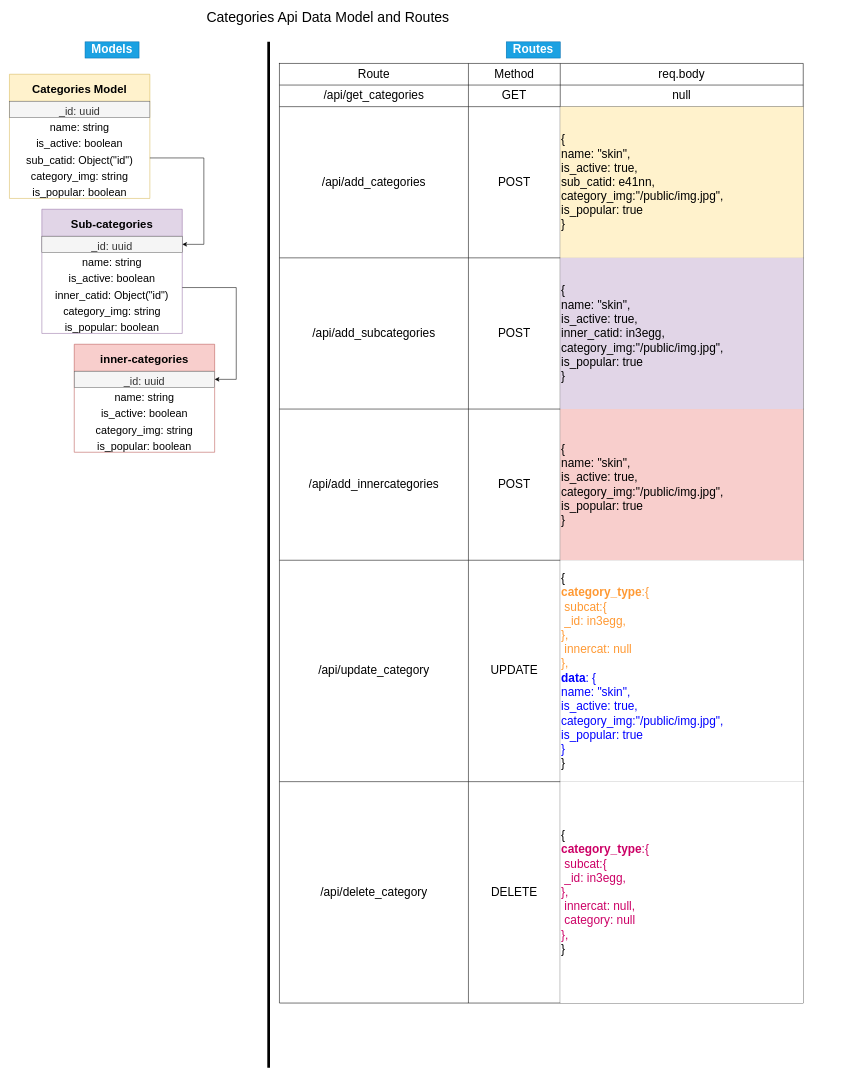
This is page "Page-1" (1 of 2) of beauty_dataplan.drawio from dakshya-nabin/dakshya-nabin, a draw.io file, before an edit. Source tidied: cells renumbered, new cells numbered last; positions are measured from the earlier drawing's top-left corner, leaving out a move shared by most shapes. Both pictures are drawn from the tidied source at 54%, with x=0, y=0 at pixel (9, 9).
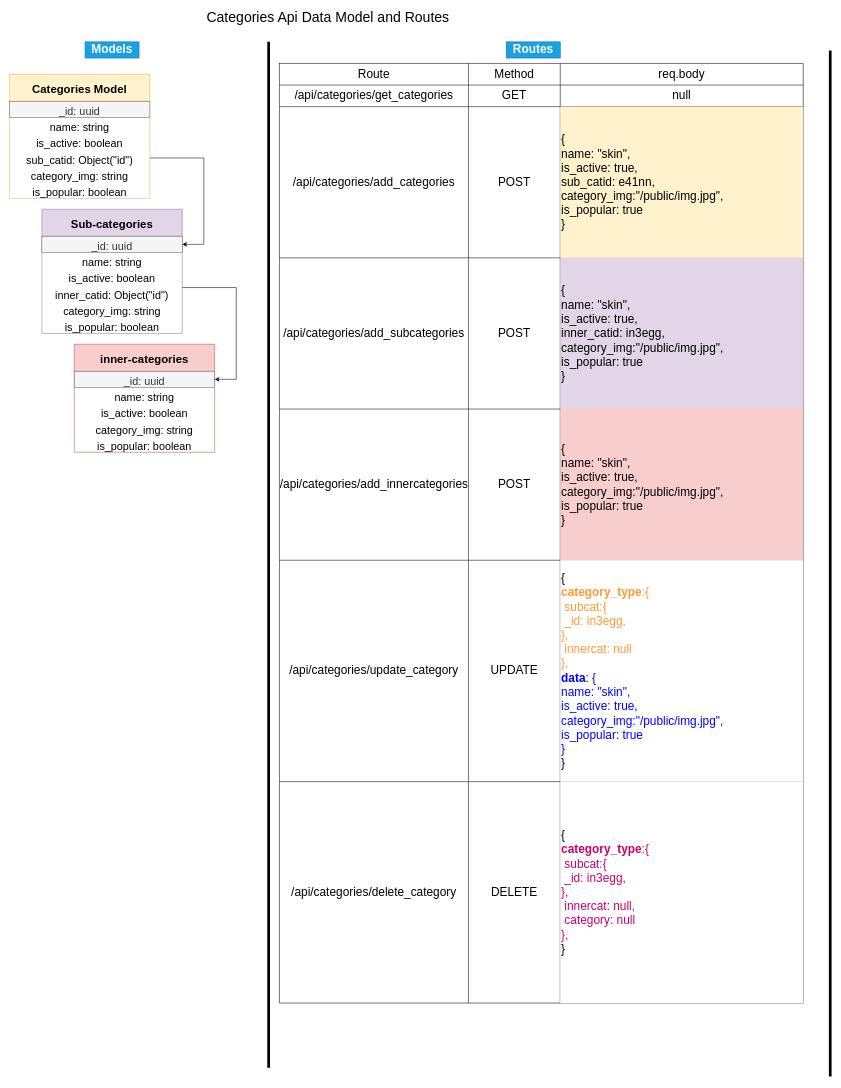
The same page after the edit.

Unchanged cells that the change refers to:
```xml
<mxCell id="33" style="shape=partialRectangle;fillColor=none;top=0;left=0;bottom=0;right=0;fontSize=22;align=center;" parent="28" vertex="1">
  <mxGeometry y="40" width="970" height="40" as="geometry" />
</mxCell>
<mxCell id="37" style="shape=partialRectangle;fillColor=none;top=0;left=0;bottom=0;right=0;fontSize=22;align=center;" parent="28" vertex="1">
  <mxGeometry y="80" width="970" height="280" as="geometry" />
</mxCell>
<mxCell id="41" style="shape=partialRectangle;fillColor=none;top=0;left=0;bottom=0;right=0;fontSize=22;align=center;" parent="28" vertex="1">
  <mxGeometry y="360" width="970" height="280" as="geometry" />
</mxCell>
<mxCell id="45" style="shape=partialRectangle;fillColor=none;top=0;left=0;bottom=0;right=0;fontSize=22;align=center;" parent="28" vertex="1">
  <mxGeometry y="640" width="970" height="280" as="geometry" />
</mxCell>
<mxCell id="49" style="shape=partialRectangle;fillColor=none;top=0;left=0;bottom=0;right=0;fontSize=22;align=center;" parent="28" vertex="1">
  <mxGeometry y="920" width="970" height="410" as="geometry" />
</mxCell>
<mxCell id="53" style="shape=partialRectangle;fillColor=none;top=0;left=0;bottom=0;right=0;fontSize=22;align=center;" parent="28" vertex="1">
  <mxGeometry y="1330" width="970" height="410" as="geometry" />
</mxCell>
```

Diff of the diagram source:
```diff
@@
-    <mxCell id="34" value="/api/get_categories" style="shape=partialRectangle;html=1;whiteSpace=wrap;overflow=hidden;fillColor=none;top=0;left=0;bottom=0;right=0;fontSize=22;align=center;" parent="33" vertex="1">
+    <mxCell id="34" value="/api/categories/get_categories" style="shape=partialRectangle;html=1;whiteSpace=wrap;overflow=hidden;fillColor=none;top=0;left=0;bottom=0;right=0;fontSize=22;align=center;" parent="33" vertex="1">
       <mxGeometry width="350" height="40" as="geometry" />
     </mxCell>
@@
-    <mxCell id="38" value="/api/add_categories" style="shape=partialRectangle;html=1;whiteSpace=wrap;overflow=hidden;fillColor=none;top=0;left=0;bottom=0;right=0;fontSize=22;align=center;" parent="37" vertex="1">
+    <mxCell id="38" value="/api/categories/add_categories" style="shape=partialRectangle;html=1;whiteSpace=wrap;overflow=hidden;fillColor=none;top=0;left=0;bottom=0;right=0;fontSize=22;align=center;" parent="37" vertex="1">
       <mxGeometry width="350" height="280" as="geometry" />
     </mxCell>
@@
-    <mxCell id="42" value="/api/add_subcategories" style="shape=partialRectangle;html=1;whiteSpace=wrap;overflow=hidden;fillColor=none;top=0;left=0;bottom=0;right=0;fontSize=22;align=center;" parent="41" vertex="1">
+    <mxCell id="42" value="/api/categories/add_subcategories" style="shape=partialRectangle;html=1;whiteSpace=wrap;overflow=hidden;fillColor=none;top=0;left=0;bottom=0;right=0;fontSize=22;align=center;" parent="41" vertex="1">
       <mxGeometry width="350" height="280" as="geometry" />
     </mxCell>
@@
-    <mxCell id="46" value="/api/add_innercategories" style="shape=partialRectangle;html=1;whiteSpace=wrap;overflow=hidden;fillColor=none;top=0;left=0;bottom=0;right=0;fontSize=22;align=center;" parent="45" vertex="1">
+    <mxCell id="46" value="/api/categories/add_innercategories" style="shape=partialRectangle;html=1;whiteSpace=wrap;overflow=hidden;fillColor=none;top=0;left=0;bottom=0;right=0;fontSize=22;align=center;" parent="45" vertex="1">
       <mxGeometry width="350" height="280" as="geometry" />
     </mxCell>
@@
-    <mxCell id="50" value="/api/update_category" style="shape=partialRectangle;html=1;whiteSpace=wrap;overflow=hidden;fillColor=none;top=0;left=0;bottom=0;right=0;fontSize=22;align=center;" parent="49" vertex="1">
+    <mxCell id="50" value="/api/categories/update_category" style="shape=partialRectangle;html=1;whiteSpace=wrap;overflow=hidden;fillColor=none;top=0;left=0;bottom=0;right=0;fontSize=22;align=center;" parent="49" vertex="1">
       <mxGeometry width="350" height="410" as="geometry" />
     </mxCell>
@@
-    <mxCell id="54" value="/api/delete_category" style="shape=partialRectangle;html=1;whiteSpace=wrap;overflow=hidden;fillColor=none;top=0;left=0;bottom=0;right=0;fontSize=22;align=center;" parent="53" vertex="1">
+    <mxCell id="54" value="/api/categories/delete_category" style="shape=partialRectangle;html=1;whiteSpace=wrap;overflow=hidden;fillColor=none;top=0;left=0;bottom=0;right=0;fontSize=22;align=center;" parent="53" vertex="1">
       <mxGeometry width="350" height="410" as="geometry" />
     </mxCell>
@@
+    <mxCell id="57" style="endArrow=none;html=1;rounded=0;fontSize=20;strokeWidth=5;" parent="1" edge="1">
+      <mxGeometry relative="1" as="geometry">
+        <mxPoint x="1520" y="1976" as="sourcePoint" />
+        <mxPoint x="1520" y="76" as="targetPoint" />
+      </mxGeometry>
+    </mxCell>
```
